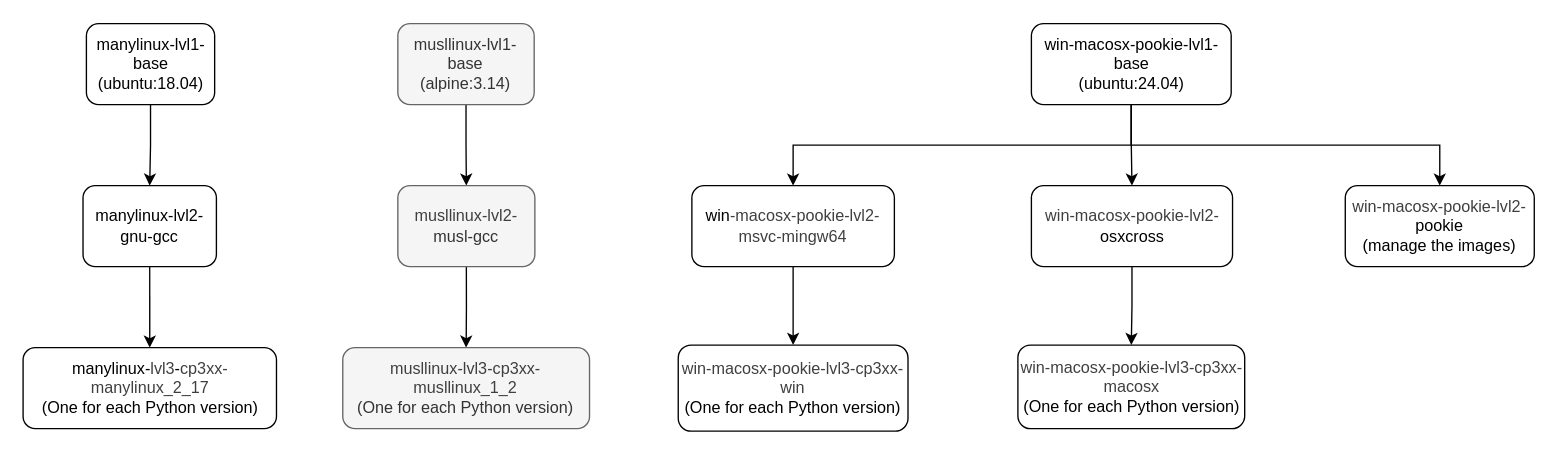
andreslilloortiz/pookie keeps this draw.io diagram as Docker layer graph.drawio. Above is the earlier version. Source tidied: cells renumbered, new cells numbered last; positions are measured from the earlier drawing's top-left corner, leaving out a move shared by most shapes. Both pictures are drawn from the tidied source at 135%, with x=0, y=0 at pixel (23, 23).
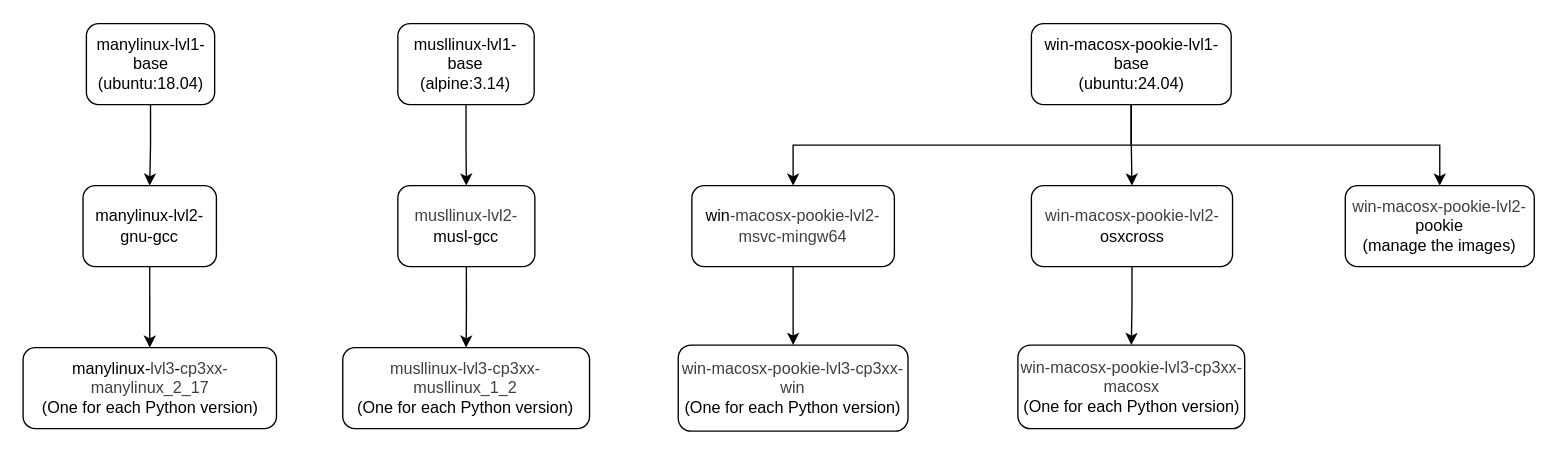
After the change.

Change to the diagram source:
```diff
@@
-    <mxCell id="8" value="&lt;font&gt;musllinux-lvl1-base&lt;br&gt;(alpine:3.14)&lt;/font&gt;" style="rounded=1;whiteSpace=wrap;html=1;fillColor=#f5f5f5;strokeColor=#666666;fontColor=#333333;" parent="1" vertex="1">
+    <mxCell id="8" value="&lt;font&gt;musllinux-lvl1-base&lt;br&gt;(alpine:3.14)&lt;/font&gt;" style="rounded=1;whiteSpace=wrap;html=1;" parent="1" vertex="1">
       <mxGeometry x="277.2" width="101" height="60" as="geometry" />
     </mxCell>
@@
-    <mxCell id="10" value="&lt;font&gt;&lt;span style=&quot;color: rgb(63, 63, 63);&quot;&gt;musllinux-lvl2-&lt;/span&gt;musl-gcc&lt;/font&gt;" style="rounded=1;whiteSpace=wrap;html=1;fillColor=#f5f5f5;strokeColor=#666666;fontColor=#333333;" parent="1" vertex="1">
+    <mxCell id="10" value="&lt;font&gt;&lt;span style=&quot;color: rgb(63, 63, 63);&quot;&gt;musllinux-lvl2-&lt;/span&gt;musl-gcc&lt;/font&gt;" style="rounded=1;whiteSpace=wrap;html=1;" parent="1" vertex="1">
       <mxGeometry x="277.2" y="120" width="101.5" height="60" as="geometry" />
     </mxCell>
-    <mxCell id="11" value="&lt;div&gt;&lt;font&gt;&lt;span style=&quot;color: rgb(63, 63, 63); background-color: transparent;&quot;&gt;musllinux&lt;/span&gt;&lt;span style=&quot;color: rgb(63, 63, 63);&quot;&gt;-&lt;/span&gt;&lt;span style=&quot;color: rgb(63, 63, 63);&quot;&gt;lvl3&lt;/span&gt;&lt;span style=&quot;color: rgb(63, 63, 63);&quot;&gt;-&lt;/span&gt;&lt;span style=&quot;color: rgb(63, 63, 63);&quot;&gt;cp3xx-musllinux_1_2&lt;/span&gt;&lt;br&gt;(One for each Python version)&lt;/font&gt;&lt;/div&gt;" style="rounded=1;whiteSpace=wrap;html=1;fillColor=#f5f5f5;strokeColor=#666666;fontColor=#333333;" parent="1" vertex="1">
+    <mxCell id="11" value="&lt;div&gt;&lt;font&gt;&lt;span style=&quot;color: rgb(63, 63, 63); background-color: transparent;&quot;&gt;musllinux&lt;/span&gt;&lt;span style=&quot;color: rgb(63, 63, 63);&quot;&gt;-&lt;/span&gt;&lt;span style=&quot;color: rgb(63, 63, 63);&quot;&gt;lvl3&lt;/span&gt;&lt;span style=&quot;color: rgb(63, 63, 63);&quot;&gt;-&lt;/span&gt;&lt;span style=&quot;color: rgb(63, 63, 63);&quot;&gt;cp3xx-musllinux_1_2&lt;/span&gt;&lt;br&gt;(One for each Python version)&lt;/font&gt;&lt;/div&gt;" style="rounded=1;whiteSpace=wrap;html=1;" parent="1" vertex="1">
       <mxGeometry x="236.4" y="240" width="182.8" height="60" as="geometry" />
     </mxCell>
```
